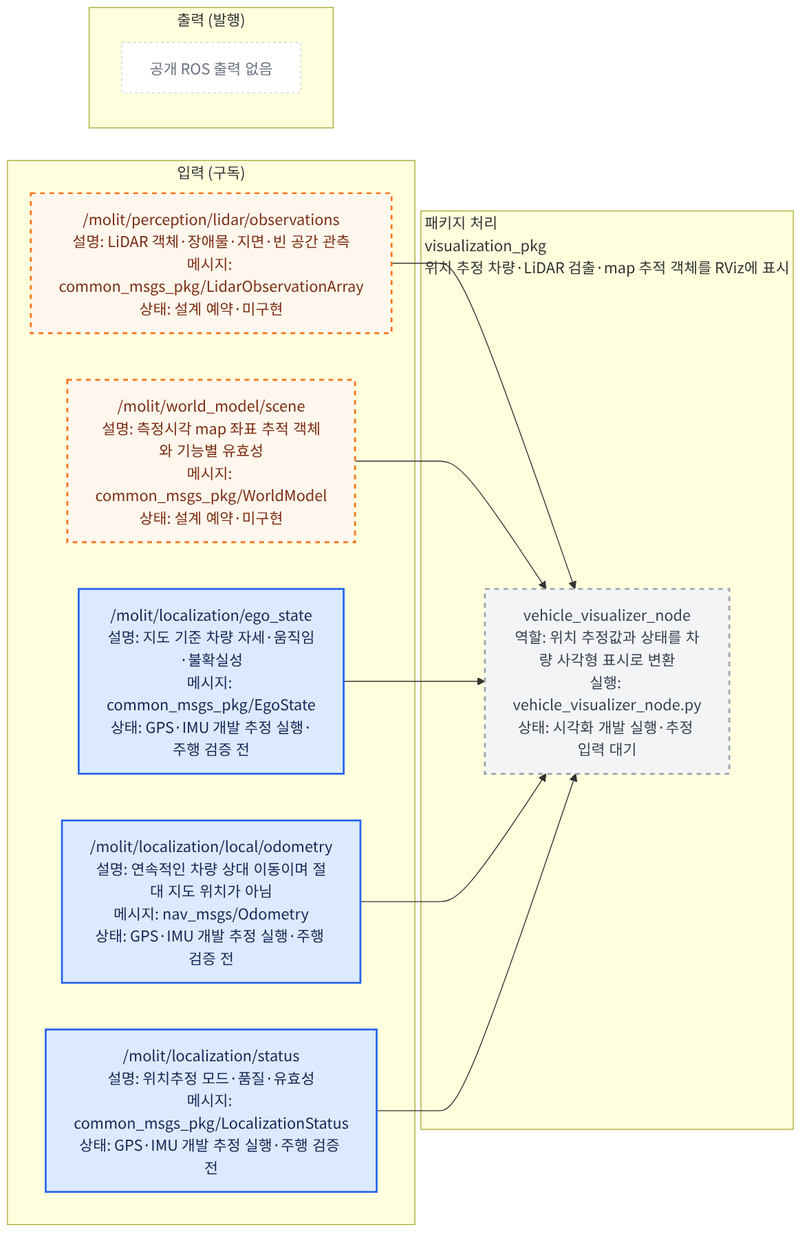
Above: src/visualization_pkg/docs/interface_io.png in Team-Stier/Morai_Sim_team2 (Mermaid), before the change. Its source is kept beside it as src/visualization_pkg/docs/interface_io.mmd.
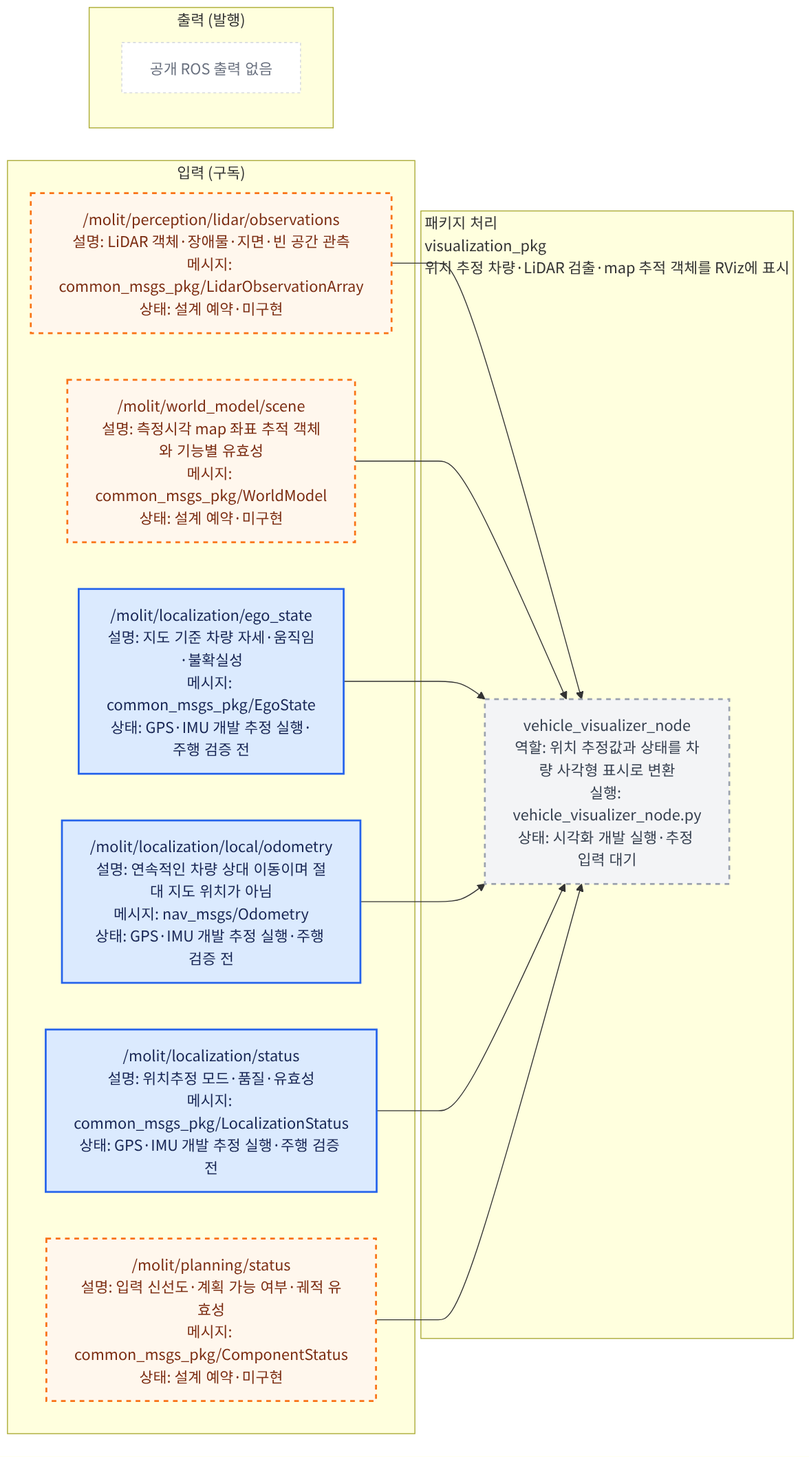
Later version of the same file.

Change to the diagram source:
```diff
@@ -12,6 +12,7 @@
         input_002["/molit/localization/ego_state<br/>설명: 지도 기준 차량 자세·움직임·불확실성<br/>메시지: common_msgs_pkg/EgoState<br/>상태: GPS·IMU 개발 추정 실행·주행 검증 전"]
         input_003["/molit/localization/local/odometry<br/>설명: 연속적인 차량 상대 이동이며 절대 지도 위치가 아님<br/>메시지: nav_msgs/Odometry<br/>상태: GPS·IMU 개발 추정 실행·주행 검증 전"]
         input_004["/molit/localization/status<br/>설명: 위치추정 모드·품질·유효성<br/>메시지: common_msgs_pkg/LocalizationStatus<br/>상태: GPS·IMU 개발 추정 실행·주행 검증 전"]
+        input_005["/molit/planning/status<br/>설명: 입력 신선도·계획 가능 여부·궤적 유효성<br/>메시지: common_msgs_pkg/ComponentStatus<br/>상태: 설계 예약·미구현"]
     end
     subgraph PACKAGE["패키지 처리<br/>visualization_pkg<br/>위치 추정 차량·LiDAR 검출·map 추적 객체를 RViz에 표시"]
         local_node_000["vehicle_visualizer_node<br/>역할: 위치 추정값과 상태를 차량 사각형 표시로 변환<br/>실행: vehicle_visualizer_node.py<br/>상태: 시각화 개발 실행·추정 입력 대기"]
@@ -26,6 +27,7 @@
     input_002 --> local_node_000
     input_003 --> local_node_000
     input_004 --> local_node_000
+    input_005 --> local_node_000
 
     class local_node_000 reservedNode;
     class input_000 reservedTopic;
@@ -33,3 +35,4 @@
     class input_002 liveTopic;
     class input_003 liveTopic;
     class input_004 liveTopic;
+    class input_005 reservedTopic;
```
